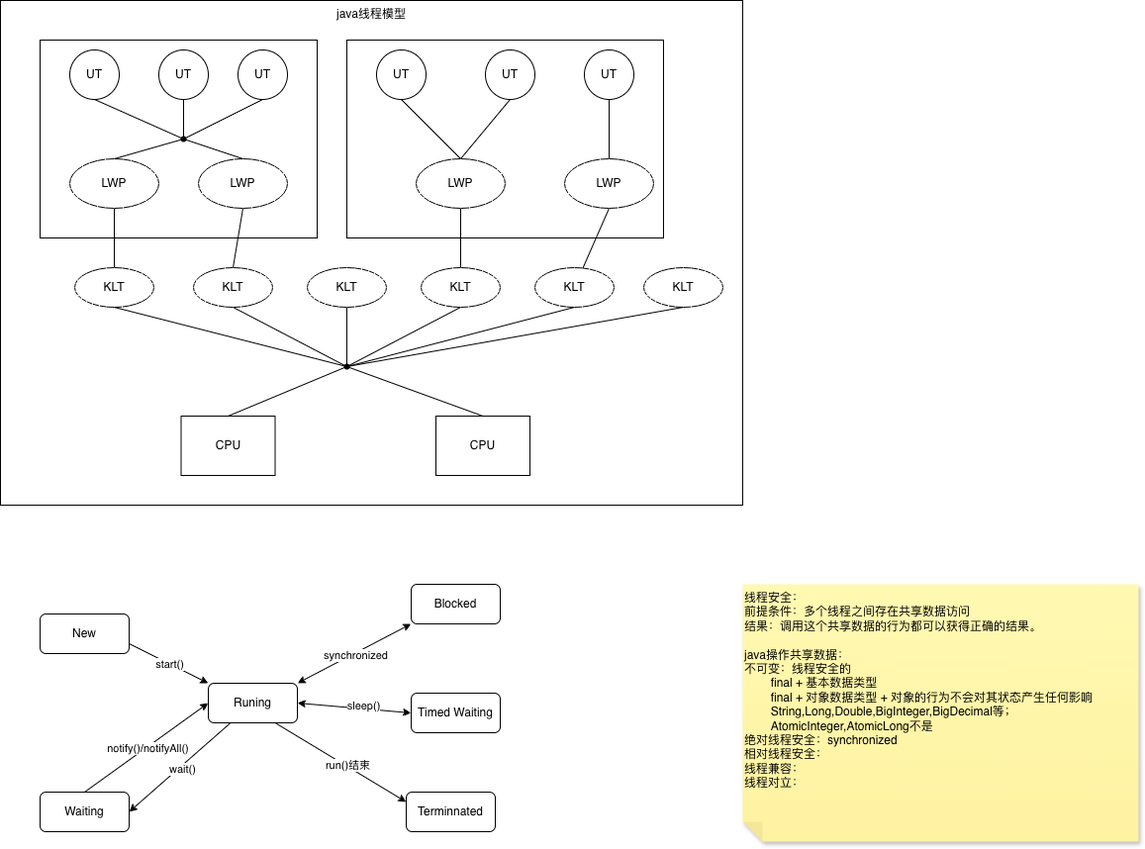
Above: java线程模型和线程状态.drawio.png in ggs2015/file (draw.io), before the change. Source tidied: cells renumbered, new cells last; positions are measured from the earlier drawing's top-left corner, leaving out a move shared by most shapes.
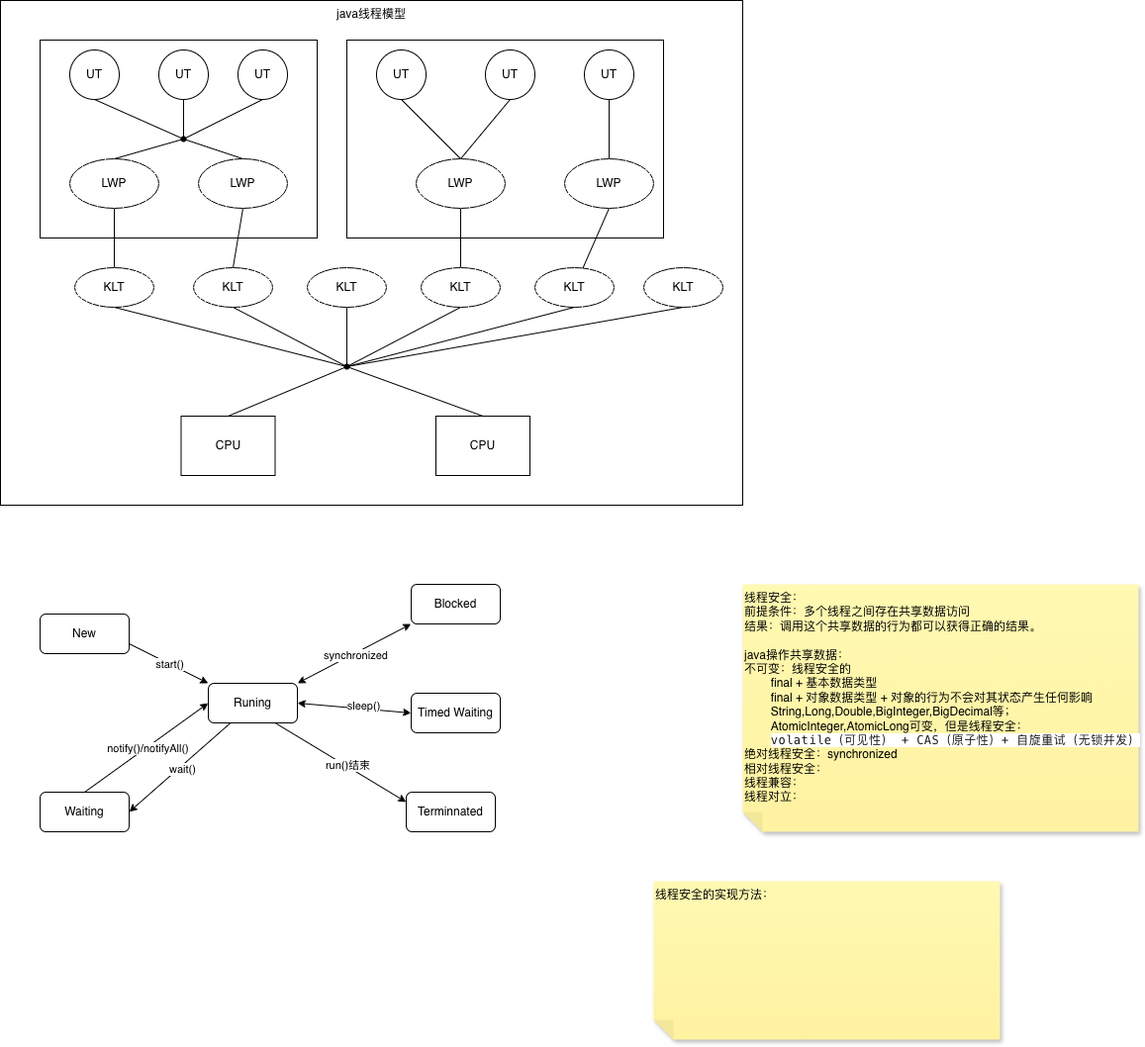
Above is the later version.

Commit message:
更新java线程模型和线程状态.drawio.png

Diff of the diagram source:
```diff
@@ -192,8 +192,11 @@
     <mxCell id="63" value="Terminnated" style="rounded=1;whiteSpace=wrap;html=1;" parent="1" vertex="1">
       <mxGeometry x="410" y="800" width="90" height="40" as="geometry" />
     </mxCell>
-    <mxCell id="64" value="线程安全：&lt;div&gt;前提条件：多个线程之间存在共享数据访问&lt;/div&gt;&lt;div&gt;结果：调用这个共享数据的行为都可以获得正确的结果。&lt;/div&gt;&lt;div&gt;&lt;br&gt;&lt;/div&gt;&lt;div&gt;java操作共享数据：&lt;/div&gt;&lt;div&gt;不可变：线程安全的&lt;/div&gt;&lt;div&gt;&lt;span style=&quot;white-space: pre;&quot;&gt;&#9;&lt;/span&gt;final + 基本数据类型&lt;/div&gt;&lt;div&gt;&lt;span style=&quot;white-space: pre;&quot;&gt;&#9;&lt;/span&gt;final + 对象数据类型 + 对象的行为不会对其状态产生任何影响&lt;/div&gt;&lt;div&gt;&lt;span style=&quot;white-space: pre;&quot;&gt;&#9;&lt;/span&gt;String,Long,Double,BigInteger,BigDecimal等；&lt;br&gt;&lt;/div&gt;&lt;div&gt;&lt;span style=&quot;white-space: pre;&quot;&gt;&#9;&lt;/span&gt;AtomicInteger,AtomicLong不是&lt;br&gt;&lt;/div&gt;&lt;div&gt;绝对线程安全：synchronized&lt;/div&gt;&lt;div&gt;相对线程安全：&lt;/div&gt;&lt;div&gt;线程兼容：&lt;/div&gt;&lt;div&gt;线程对立：&lt;/div&gt;&lt;div&gt;&lt;br&gt;&lt;/div&gt;&lt;div&gt;&lt;span style=&quot;white-space: pre;&quot;&gt;&#9;&lt;/span&gt;&lt;br&gt;&lt;/div&gt;" style="shape=note;whiteSpace=wrap;html=1;backgroundOutline=1;fontColor=#000000;darkOpacity=0.05;fillColor=#FFF9B2;strokeColor=none;fillStyle=solid;direction=west;gradientDirection=north;gradientColor=#FFF2A1;shadow=1;size=20;verticalAlign=top;align=left;" parent="1" vertex="1">
-      <mxGeometry x="750" y="590" width="400" height="260" as="geometry" />
+    <mxCell id="64" value="线程安全：&lt;div&gt;前提条件：多个线程之间存在共享数据访问&lt;/div&gt;&lt;div&gt;结果：调用这个共享数据的行为都可以获得正确的结果。&lt;/div&gt;&lt;div&gt;&lt;br&gt;&lt;/div&gt;&lt;div&gt;java操作共享数据：&lt;/div&gt;&lt;div&gt;不可变：线程安全的&lt;/div&gt;&lt;div&gt;&lt;span style=&quot;white-space: pre;&quot;&gt;&#9;&lt;/span&gt;final + 基本数据类型&lt;/div&gt;&lt;div&gt;&lt;span style=&quot;white-space: pre;&quot;&gt;&#9;&lt;/span&gt;final + 对象数据类型 + 对象的行为不会对其状态产生任何影响&lt;/div&gt;&lt;div&gt;&lt;span style=&quot;white-space: pre;&quot;&gt;&#9;&lt;/span&gt;String,Long,Double,BigInteger,BigDecimal等；&lt;br&gt;&lt;/div&gt;&lt;div&gt;&lt;span style=&quot;white-space: pre;&quot;&gt;&#9;&lt;/span&gt;AtomicInteger,AtomicLong可变，但是线程安全：&lt;br&gt;&lt;/div&gt;&lt;div&gt;&lt;span style=&quot;white-space: pre;&quot;&gt;&#9;&lt;/span&gt;&lt;font color=&quot;#1a1a1a&quot; face=&quot;Fira Code, Fira Mono, Menlo, Consolas, DejaVu Sans Mono, monospace&quot;&gt;&lt;span style=&quot;letter-spacing: 0.5px; background-color: rgb(255, 255, 255);&quot;&gt;volatile（可见性） + CAS（原子性）+ 自旋重试（无锁并发）&lt;/span&gt;&lt;/font&gt;&lt;/div&gt;&lt;div&gt;绝对线程安全：synchronized&lt;/div&gt;&lt;div&gt;相对线程安全：&lt;/div&gt;&lt;div&gt;线程兼容：&lt;/div&gt;&lt;div&gt;线程对立：&lt;/div&gt;&lt;div&gt;&lt;br&gt;&lt;/div&gt;&lt;div&gt;&lt;span style=&quot;white-space: pre;&quot;&gt;&#9;&lt;/span&gt;&lt;br&gt;&lt;/div&gt;" style="shape=note;whiteSpace=wrap;html=1;backgroundOutline=1;fontColor=#000000;darkOpacity=0.05;fillColor=#FFF9B2;strokeColor=none;fillStyle=solid;direction=west;gradientDirection=north;gradientColor=#FFF2A1;shadow=1;size=20;verticalAlign=top;align=left;" parent="1" vertex="1">
+      <mxGeometry x="750" y="590" width="400" height="250" as="geometry" />
     </mxCell>
+    <mxCell id="65" value="线程安全的实现方法：" style="shape=note;whiteSpace=wrap;html=1;backgroundOutline=1;fontColor=#000000;darkOpacity=0.05;fillColor=#FFF9B2;strokeColor=none;fillStyle=solid;direction=west;gradientDirection=north;gradientColor=#FFF2A1;shadow=1;size=20;verticalAlign=top;align=left;" parent="1" vertex="1">
+      <mxGeometry x="660" y="890" width="350" height="160" as="geometry" />
+    </mxCell>
   </root>
 </mxGraphModel>
```
